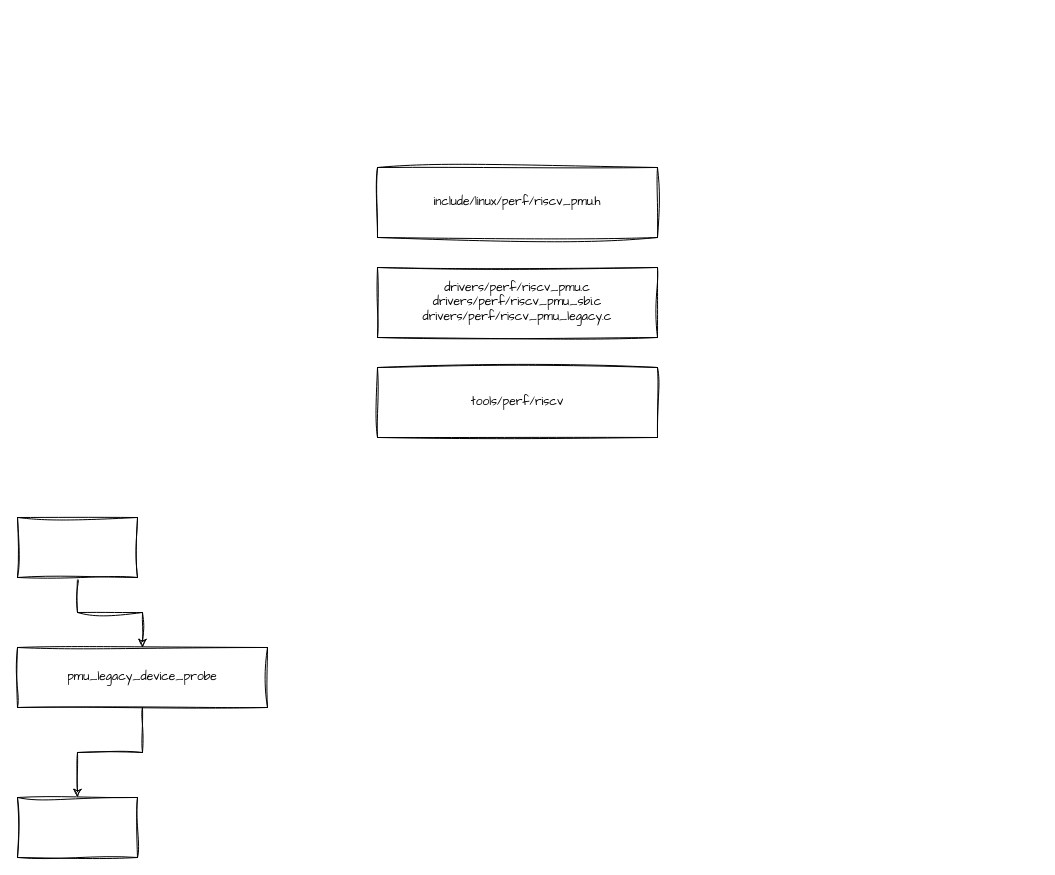
The draw.io diagram RISC-V_perf.drawio in hubblezzhu/frr_learning, before the edit. Source tidied: cells renumbered, new cells numbered last; positions are measured from the earlier drawing's top-left corner, leaving out a move shared by most shapes. Both pictures are drawn from the tidied source at 100%, with x=0, y=0 at pixel (17, 167).
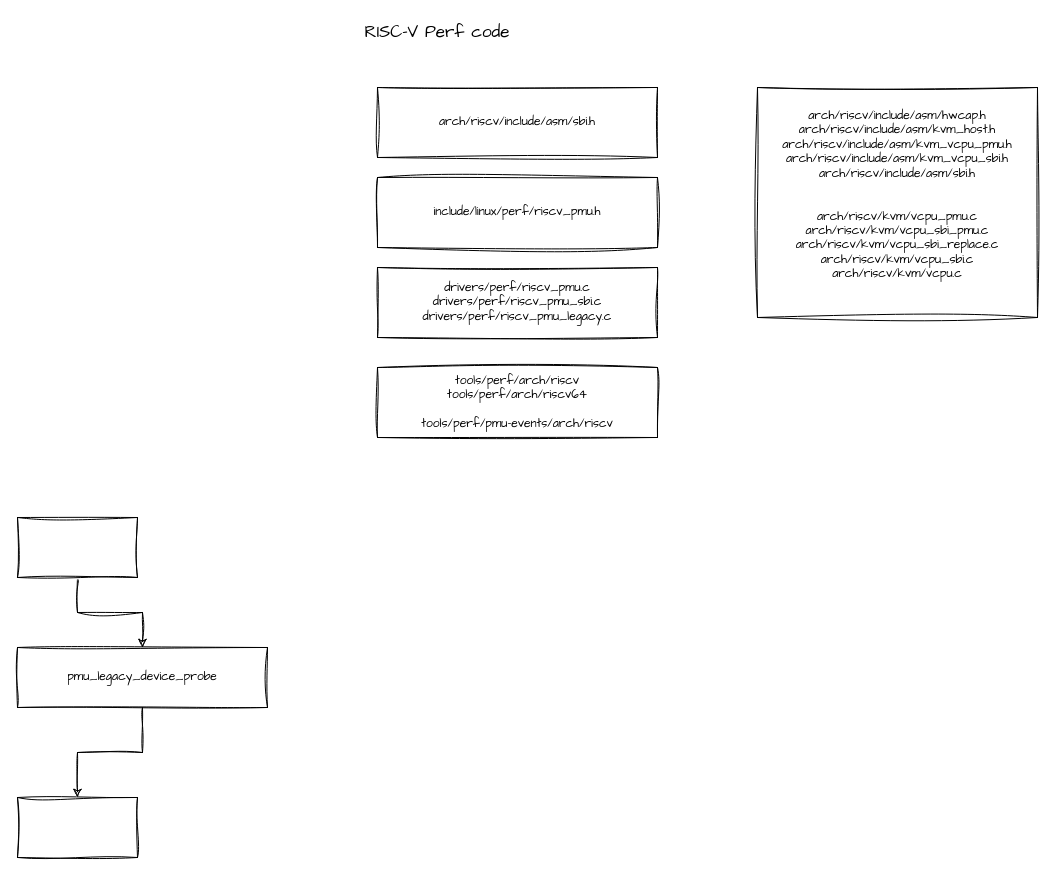
The same diagram, later.

The edit, as a diff of the source:
```diff
@@
 <mxGraphModel>
   <root>
     <mxCell id="0" />
     <mxCell id="1" parent="0" />
     <mxCell id="2" style="edgeStyle=orthogonalEdgeStyle;rounded=0;jettySize=auto;html=1;sketch=1;curveFitting=1;jiggle=2;fontFamily=Comic Sans MS;" parent="1" edge="1" source="3" target="5">
       <mxGeometry relative="1" as="geometry" />
     </mxCell>
     <mxCell id="3" style="rounded=0;whiteSpace=wrap;html=1;sketch=1;curveFitting=1;jiggle=2;fontFamily=Comic Sans MS;" parent="1" vertex="1">
       <mxGeometry y="350" width="120" height="60" as="geometry" />
     </mxCell>
     <mxCell id="4" style="edgeStyle=orthogonalEdgeStyle;rounded=0;jettySize=auto;html=1;sketch=1;curveFitting=1;jiggle=2;fontFamily=Comic Sans MS;" parent="1" edge="1" source="5" target="6">
       <mxGeometry relative="1" as="geometry" />
     </mxCell>
     <mxCell id="5" value="&lt;font&gt;pmu_legacy_device_probe&lt;/font&gt;" style="rounded=0;whiteSpace=wrap;html=1;sketch=1;curveFitting=1;jiggle=2;fontFamily=Comic Sans MS;" parent="1" vertex="1">
       <mxGeometry y="480" width="250" height="60" as="geometry" />
     </mxCell>
     <mxCell id="6" style="rounded=0;whiteSpace=wrap;html=1;sketch=1;curveFitting=1;jiggle=2;fontFamily=Comic Sans MS;" parent="1" vertex="1">
       <mxGeometry y="630" width="120" height="60" as="geometry" />
     </mxCell>
-    <mxCell id="7" value="tools/perf/riscv" style="rounded=0;whiteSpace=wrap;html=1;sketch=1;curveFitting=1;jiggle=2;fontFamily=Comic Sans MS;" parent="1" vertex="1">
+    <mxCell id="7" value="tools/perf/arch/riscv&lt;div&gt;tools/perf/arch/riscv64&lt;br&gt;&lt;/div&gt;&lt;div&gt;&lt;br&gt;&lt;/div&gt;&lt;div&gt;tools/perf/pmu-events/arch/riscv&lt;/div&gt;" style="rounded=0;whiteSpace=wrap;html=1;sketch=1;curveFitting=1;jiggle=2;fontFamily=Comic Sans MS;" parent="1" vertex="1">
       <mxGeometry x="360" y="200" width="280" height="70" as="geometry" />
     </mxCell>
     <mxCell id="8" value="drivers/perf/riscv_pmu.c&lt;div&gt;drivers/perf/riscv_pmu_sbi.c&lt;/div&gt;&lt;div&gt;drivers/perf/riscv_pmu_legacy.c&lt;/div&gt;" style="rounded=0;whiteSpace=wrap;html=1;sketch=1;curveFitting=1;jiggle=2;fontFamily=Comic Sans MS;" parent="1" vertex="1">
       <mxGeometry x="360" y="100" width="280" height="70" as="geometry" />
     </mxCell>
     <mxCell id="9" value="include/linux/perf/riscv_pmu.h" style="rounded=0;whiteSpace=wrap;html=1;sketch=1;curveFitting=1;jiggle=2;fontFamily=Comic Sans MS;" parent="1" vertex="1">
-      <mxGeometry x="360" width="280" height="70" as="geometry" />
+      <mxGeometry x="360" y="10" width="280" height="70" as="geometry" />
     </mxCell>
+    <mxCell id="10" value="arch/riscv/include/asm/sbi.h" style="rounded=0;whiteSpace=wrap;html=1;sketch=1;curveFitting=1;jiggle=2;fontFamily=Comic Sans MS;" parent="1" vertex="1">
+      <mxGeometry x="360" y="-80" width="280" height="70" as="geometry" />
+    </mxCell>
+    <mxCell id="11" value="&lt;font face=&quot;Comic Sans MS&quot; style=&quot;font-size: 17px;&quot;&gt;RISC-V Perf code&lt;/font&gt;" style="text;html=1;align=center;verticalAlign=middle;whiteSpace=wrap;rounded=0;fontSize=17;" parent="1" vertex="1">
+      <mxGeometry x="340" y="-150" width="160" height="30" as="geometry" />
+    </mxCell>
+    <mxCell id="12" value="&lt;div&gt;&lt;div&gt;arch/riscv/include/asm/hwcap.h&lt;/div&gt;&lt;/div&gt;&lt;div&gt;&lt;div&gt;arch/riscv/include/asm/kvm_host.h&lt;/div&gt;&lt;/div&gt;&lt;div&gt;&lt;div&gt;arch/riscv/include/asm/kvm_vcpu_pmu.h&lt;/div&gt;arch/riscv/include/asm/kvm_vcpu_sbi.h&lt;/div&gt;&lt;div&gt;&lt;div&gt;arch/riscv/include/asm/sbi.h&lt;/div&gt;&lt;/div&gt;&lt;div&gt;&lt;br&gt;&lt;/div&gt;&lt;div&gt;&lt;br&gt;&lt;/div&gt;&lt;div&gt;arch/riscv/kvm/vcpu_pmu.c&lt;br&gt;&lt;/div&gt;&lt;div&gt;arch/riscv/kvm/vcpu_sbi_pmu.c&lt;div&gt;arch/riscv/kvm/vcpu_sbi_replace.c&lt;br class=&quot;Apple-interchange-newline&quot;&gt;arch/riscv/kvm/vcpu_sbi.c&lt;br class=&quot;Apple-interchange-newline&quot;&gt;arch/riscv/kvm/vcpu.c&lt;div&gt;&lt;div&gt;&lt;div&gt;&lt;br&gt;&lt;/div&gt;&lt;/div&gt;&lt;/div&gt;&lt;/div&gt;&lt;/div&gt;" style="rounded=0;whiteSpace=wrap;html=1;sketch=1;curveFitting=1;jiggle=2;fontFamily=Comic Sans MS;" parent="1" vertex="1">
+      <mxGeometry x="740" y="-80" width="280" height="230" as="geometry" />
+    </mxCell>
   </root>
 </mxGraphModel>
```
